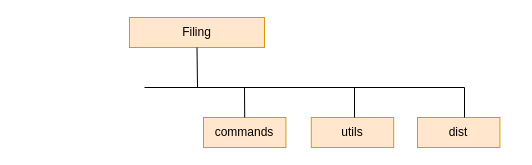
Above: pp_technology.drawio in sherif102/Charts_and_diagrams (draw.io), before the change. Source tidied: cells renumbered, new cells numbered last; positions are measured from the earlier drawing's top-left corner, leaving out a move shared by most shapes. Both pictures are drawn from the tidied source at 100%, with x=0, y=0 at pixel (129, 17).
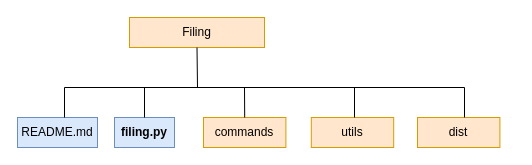
Above is the later version.

Change to the diagram source:
```diff
@@
     <mxCell id="8" style="endArrow=none;html=1;rounded=0;" parent="1" edge="1">
       <mxGeometry relative="1" as="geometry">
-        <mxPoint x="15" y="70" as="sourcePoint" />
+        <mxPoint x="-65" y="70" as="sourcePoint" />
         <mxPoint x="335" y="70" as="targetPoint" />
       </mxGeometry>
     </mxCell>
@@
+    <mxCell id="12" value="&lt;b&gt;filing.py&lt;/b&gt;" style="text;html=1;align=center;verticalAlign=middle;whiteSpace=wrap;rounded=0;fillColor=#dae8fc;strokeColor=#6c8ebf;" parent="1" vertex="1">
+      <mxGeometry x="-15" y="100" width="60" height="30" as="geometry" />
+    </mxCell>
+    <mxCell id="13" style="endArrow=none;html=1;rounded=0;exitX=0.5;exitY=0;exitDx=0;exitDy=0;" parent="1" edge="1">
+      <mxGeometry relative="1" as="geometry">
+        <mxPoint x="15" y="100" as="sourcePoint" />
+        <mxPoint x="15" y="70" as="targetPoint" />
+      </mxGeometry>
+    </mxCell>
+    <mxCell id="14" value="README.md" style="text;html=1;align=center;verticalAlign=middle;whiteSpace=wrap;rounded=0;fillColor=#dae8fc;strokeColor=#6c8ebf;" parent="1" vertex="1">
+      <mxGeometry x="-112" y="100" width="80" height="30" as="geometry" />
+    </mxCell>
+    <mxCell id="15" style="endArrow=none;html=1;rounded=0;exitX=0.5;exitY=0;exitDx=0;exitDy=0;" parent="1" edge="1">
+      <mxGeometry relative="1" as="geometry">
+        <mxPoint x="-65" y="100" as="sourcePoint" />
+        <mxPoint x="-65" y="70" as="targetPoint" />
+      </mxGeometry>
+    </mxCell>
```
